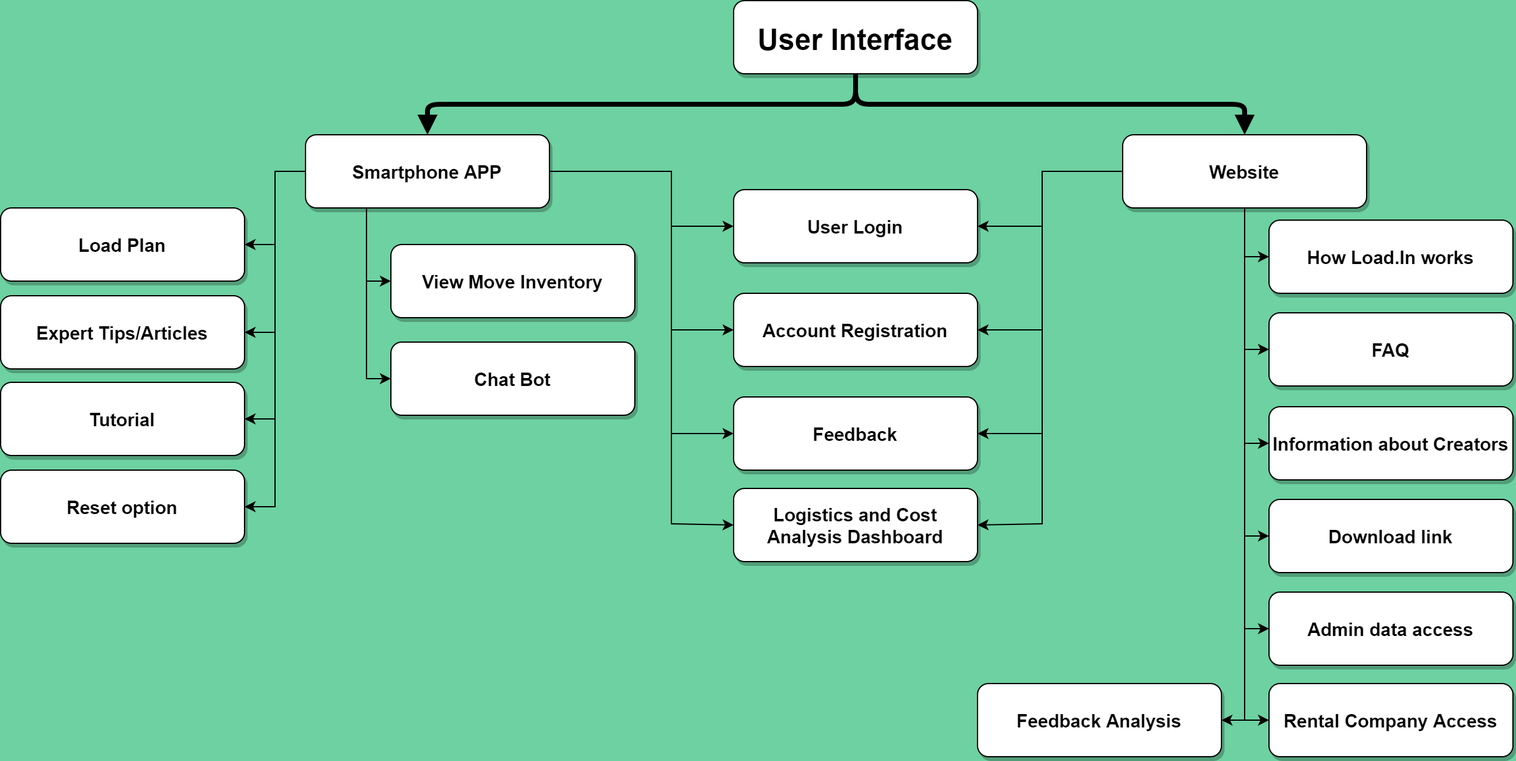
This is website/deliverables/WorkBreakdownStructure_8.0-User_Interface.png from LP-76/load.in, a draw.io export, as it was before one commit. Source tidied: cells renumbered, new cells last; positions are measured from the earlier drawing's top-left corner, leaving out a move shared by most shapes.
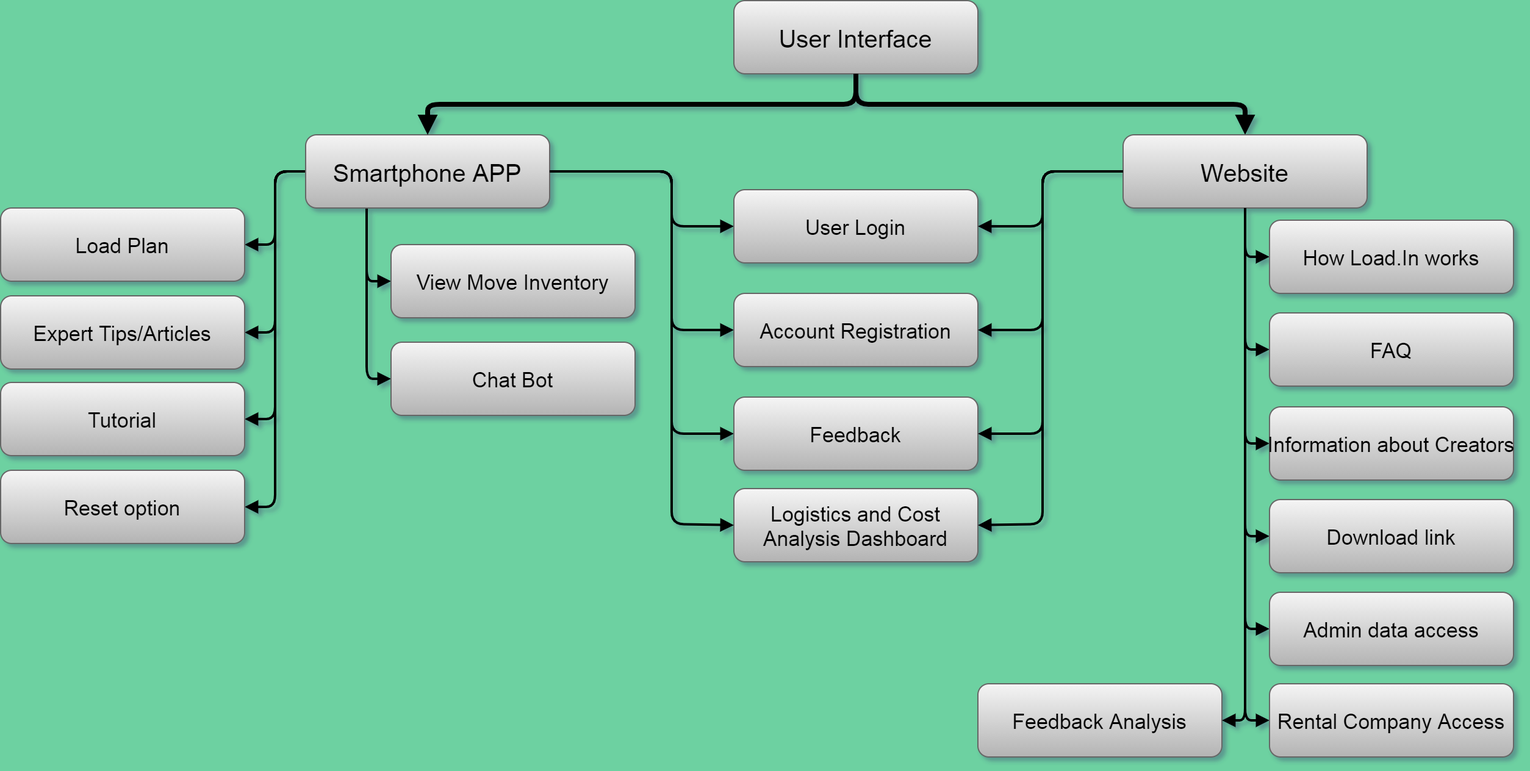
Later version of the same file.

Commit message:
changes to work breakdown structure diagrams

The edit, as a diff of the source:
```diff
@@ -1,11 +1,11 @@
-<mxGraphModel background="#6DD1A1">
+<mxGraphModel background="#6DD1A1" shadow="1">
   <root>
     <mxCell id="0" />
     <mxCell id="1" parent="0" />
-    <mxCell id="2" value="User Interface" style="rounded=1;shadow=1;fontStyle=1;fontSize=24;labelBackgroundColor=none;fillColor=#FFFFFF;" parent="1" vertex="1">
+    <mxCell id="2" value="User Interface" style="fontSize=20;labelBackgroundColor=none;fillColor=#f5f5f5;strokeColor=#666666;gradientColor=#b3b3b3;rounded=1;" parent="1" vertex="1">
       <mxGeometry x="601" width="200" height="60" as="geometry" />
     </mxCell>
-    <mxCell id="3" style="edgeStyle=orthogonalEdgeStyle;rounded=0;jettySize=auto;html=1;entryX=0;entryY=0.5;entryDx=0;entryDy=0;" parent="1" edge="1" source="12" target="26">
+    <mxCell id="3" style="edgeStyle=orthogonalEdgeStyle;jettySize=auto;html=1;entryX=0;entryY=0.5;entryDx=0;entryDy=0;fontStyle=1;strokeWidth=2;endFill=1;endArrow=block;" parent="1" edge="1" source="12" target="26">
       <mxGeometry relative="1" as="geometry">
         <Array as="points">
           <mxPoint x="550" y="140" />
@@ -13,7 +13,7 @@
         </Array>
       </mxGeometry>
     </mxCell>
-    <mxCell id="4" style="edgeStyle=orthogonalEdgeStyle;rounded=0;jettySize=auto;html=1;entryX=0;entryY=0.5;entryDx=0;entryDy=0;" parent="1" edge="1" source="12" target="27">
+    <mxCell id="4" style="edgeStyle=orthogonalEdgeStyle;jettySize=auto;html=1;entryX=0;entryY=0.5;entryDx=0;entryDy=0;fontStyle=1;strokeWidth=2;endFill=1;endArrow=block;" parent="1" edge="1" source="12" target="27">
       <mxGeometry relative="1" as="geometry">
         <Array as="points">
           <mxPoint x="550" y="140" />
@@ -21,7 +21,7 @@
         </Array>
       </mxGeometry>
     </mxCell>
-    <mxCell id="5" style="edgeStyle=orthogonalEdgeStyle;rounded=0;jettySize=auto;html=1;entryX=0;entryY=0.5;entryDx=0;entryDy=0;" parent="1" edge="1" source="12" target="30">
+    <mxCell id="5" style="edgeStyle=orthogonalEdgeStyle;jettySize=auto;html=1;entryX=0;entryY=0.5;entryDx=0;entryDy=0;fontStyle=1;strokeWidth=2;endFill=1;endArrow=block;" parent="1" edge="1" source="12" target="30">
       <mxGeometry relative="1" as="geometry">
         <Array as="points">
           <mxPoint x="550" y="140" />
@@ -29,25 +29,25 @@
         </Array>
       </mxGeometry>
     </mxCell>
-    <mxCell id="6" style="edgeStyle=orthogonalEdgeStyle;rounded=0;jettySize=auto;html=1;entryX=1;entryY=0.5;entryDx=0;entryDy=0;" parent="1" edge="1" source="12" target="22">
+    <mxCell id="6" style="edgeStyle=orthogonalEdgeStyle;jettySize=auto;html=1;entryX=1;entryY=0.5;entryDx=0;entryDy=0;fontStyle=1;strokeWidth=2;endFill=1;endArrow=block;" parent="1" edge="1" source="12" target="22">
       <mxGeometry relative="1" as="geometry" />
     </mxCell>
-    <mxCell id="7" style="edgeStyle=orthogonalEdgeStyle;rounded=0;jettySize=auto;html=1;entryX=1;entryY=0.5;entryDx=0;entryDy=0;" parent="1" edge="1" source="12" target="23">
+    <mxCell id="7" style="edgeStyle=orthogonalEdgeStyle;jettySize=auto;html=1;entryX=1;entryY=0.5;entryDx=0;entryDy=0;fontStyle=1;strokeWidth=2;endFill=1;endArrow=block;" parent="1" edge="1" source="12" target="23">
       <mxGeometry relative="1" as="geometry" />
     </mxCell>
-    <mxCell id="8" style="edgeStyle=orthogonalEdgeStyle;rounded=0;jettySize=auto;html=1;entryX=1;entryY=0.5;entryDx=0;entryDy=0;" parent="1" edge="1" source="12" target="24">
+    <mxCell id="8" style="edgeStyle=orthogonalEdgeStyle;jettySize=auto;html=1;entryX=1;entryY=0.5;entryDx=0;entryDy=0;fontStyle=1;strokeWidth=2;endFill=1;endArrow=block;" parent="1" edge="1" source="12" target="24">
       <mxGeometry relative="1" as="geometry" />
     </mxCell>
-    <mxCell id="9" style="edgeStyle=orthogonalEdgeStyle;rounded=0;jettySize=auto;html=1;entryX=1;entryY=0.5;entryDx=0;entryDy=0;" parent="1" edge="1" source="12" target="25">
+    <mxCell id="9" style="edgeStyle=orthogonalEdgeStyle;jettySize=auto;html=1;entryX=1;entryY=0.5;entryDx=0;entryDy=0;fontStyle=1;strokeWidth=2;endFill=1;endArrow=block;" parent="1" edge="1" source="12" target="25">
       <mxGeometry relative="1" as="geometry" />
     </mxCell>
-    <mxCell id="10" style="edgeStyle=orthogonalEdgeStyle;rounded=0;jettySize=auto;html=1;entryX=0;entryY=0.5;entryDx=0;entryDy=0;exitX=0.25;exitY=1;exitDx=0;exitDy=0;" parent="1" edge="1" source="12" target="29">
+    <mxCell id="10" style="edgeStyle=orthogonalEdgeStyle;jettySize=auto;html=1;entryX=0;entryY=0.5;entryDx=0;entryDy=0;exitX=0.25;exitY=1;exitDx=0;exitDy=0;fontStyle=1;strokeWidth=2;endFill=1;endArrow=block;" parent="1" edge="1" source="12" target="29">
       <mxGeometry relative="1" as="geometry" />
     </mxCell>
-    <mxCell id="11" style="edgeStyle=orthogonalEdgeStyle;rounded=0;jettySize=auto;html=1;entryX=0;entryY=0.5;entryDx=0;entryDy=0;exitX=0.25;exitY=1;exitDx=0;exitDy=0;" parent="1" edge="1" source="12" target="28">
+    <mxCell id="11" style="edgeStyle=orthogonalEdgeStyle;jettySize=auto;html=1;entryX=0;entryY=0.5;entryDx=0;entryDy=0;exitX=0.25;exitY=1;exitDx=0;exitDy=0;fontStyle=1;strokeWidth=2;endFill=1;endArrow=block;" parent="1" edge="1" source="12" target="28">
       <mxGeometry relative="1" as="geometry" />
     </mxCell>
-    <mxCell id="12" value="Smartphone APP" style="rounded=1;shadow=1;fontStyle=1;fontSize=15;fillColor=#FFFFFF;" parent="1" vertex="1">
+    <mxCell id="12" value="Smartphone APP" style="fontSize=20;fillColor=#f5f5f5;strokeColor=#666666;gradientColor=#b3b3b3;rounded=1;" parent="1" vertex="1">
       <mxGeometry x="250" y="110" width="200" height="60" as="geometry" />
     </mxCell>
     <mxCell id="13" style="edgeStyle=elbowEdgeStyle;elbow=vertical;strokeWidth=4;endArrow=block;endFill=1;fontStyle=1;exitX=0.5;exitY=1;exitDx=0;exitDy=0;" parent="1" edge="1" source="2" target="12">
@@ -56,86 +56,86 @@
     <mxCell id="14" style="edgeStyle=elbowEdgeStyle;elbow=vertical;strokeWidth=4;endArrow=block;endFill=1;fontStyle=1;exitX=0.5;exitY=1;exitDx=0;exitDy=0;entryX=0.5;entryY=0;entryDx=0;entryDy=0;" parent="1" edge="1" source="2" target="21">
       <mxGeometry x="-443" y="14" as="geometry" />
     </mxCell>
-    <mxCell id="15" style="edgeStyle=orthogonalEdgeStyle;rounded=0;jettySize=auto;html=1;entryX=0;entryY=0.5;entryDx=0;entryDy=0;" parent="1" edge="1" source="21" target="31">
+    <mxCell id="15" style="edgeStyle=orthogonalEdgeStyle;jettySize=auto;html=1;entryX=0;entryY=0.5;entryDx=0;entryDy=0;fontStyle=1;strokeWidth=2;endFill=1;endArrow=block;" parent="1" edge="1" source="21" target="31">
       <mxGeometry relative="1" as="geometry" />
     </mxCell>
-    <mxCell id="16" style="edgeStyle=orthogonalEdgeStyle;rounded=0;jettySize=auto;html=1;entryX=0;entryY=0.5;entryDx=0;entryDy=0;" parent="1" edge="1" source="21" target="32">
+    <mxCell id="16" style="edgeStyle=orthogonalEdgeStyle;jettySize=auto;html=1;entryX=0;entryY=0.5;entryDx=0;entryDy=0;fontStyle=1;strokeWidth=2;endFill=1;endArrow=block;" parent="1" edge="1" source="21" target="32">
       <mxGeometry relative="1" as="geometry" />
     </mxCell>
-    <mxCell id="17" style="edgeStyle=orthogonalEdgeStyle;rounded=0;jettySize=auto;html=1;entryX=0;entryY=0.5;entryDx=0;entryDy=0;" parent="1" edge="1" source="21" target="33">
+    <mxCell id="17" style="edgeStyle=orthogonalEdgeStyle;jettySize=auto;html=1;entryX=0;entryY=0.5;entryDx=0;entryDy=0;fontStyle=1;strokeWidth=2;endFill=1;endArrow=block;" parent="1" edge="1" source="21" target="33">
       <mxGeometry relative="1" as="geometry" />
     </mxCell>
-    <mxCell id="18" style="edgeStyle=orthogonalEdgeStyle;rounded=0;jettySize=auto;html=1;entryX=0;entryY=0.5;entryDx=0;entryDy=0;" parent="1" edge="1" source="21" target="34">
+    <mxCell id="18" style="edgeStyle=orthogonalEdgeStyle;jettySize=auto;html=1;entryX=0;entryY=0.5;entryDx=0;entryDy=0;fontStyle=1;strokeWidth=2;endFill=1;endArrow=block;" parent="1" edge="1" source="21" target="34">
       <mxGeometry relative="1" as="geometry" />
     </mxCell>
-    <mxCell id="19" style="edgeStyle=orthogonalEdgeStyle;rounded=0;jettySize=auto;html=1;entryX=0;entryY=0.5;entryDx=0;entryDy=0;" parent="1" edge="1" source="21" target="35">
+    <mxCell id="19" style="edgeStyle=orthogonalEdgeStyle;jettySize=auto;html=1;entryX=0;entryY=0.5;entryDx=0;entryDy=0;fontStyle=1;strokeWidth=2;endFill=1;endArrow=block;" parent="1" edge="1" source="21" target="35">
       <mxGeometry relative="1" as="geometry" />
     </mxCell>
-    <mxCell id="20" style="edgeStyle=orthogonalEdgeStyle;rounded=0;jettySize=auto;html=1;entryX=0;entryY=0.5;entryDx=0;entryDy=0;" parent="1" edge="1" source="21" target="36">
+    <mxCell id="20" style="edgeStyle=orthogonalEdgeStyle;jettySize=auto;html=1;entryX=0;entryY=0.5;entryDx=0;entryDy=0;fontStyle=1;strokeWidth=2;endFill=1;endArrow=block;" parent="1" edge="1" source="21" target="36">
       <mxGeometry relative="1" as="geometry" />
     </mxCell>
-    <mxCell id="21" value="Website" style="rounded=1;shadow=1;fontStyle=1;fontSize=15;fillColor=#FFFFFF;" parent="1" vertex="1">
+    <mxCell id="21" value="Website" style="fontSize=20;fillColor=#f5f5f5;strokeColor=#666666;gradientColor=#b3b3b3;rounded=1;" parent="1" vertex="1">
       <mxGeometry x="920" y="110" width="200" height="60" as="geometry" />
     </mxCell>
-    <mxCell id="22" value="Load Plan" style="rounded=1;shadow=1;fontStyle=1;fontSize=15;fillColor=#FFFFFF;" parent="1" vertex="1">
+    <mxCell id="22" value="Load Plan" style="fontSize=17;fillColor=#f5f5f5;strokeColor=#666666;gradientColor=#b3b3b3;rounded=1;" parent="1" vertex="1">
       <mxGeometry y="170" width="200" height="60" as="geometry" />
     </mxCell>
-    <mxCell id="23" value="Expert Tips/Articles" style="rounded=1;shadow=1;fontStyle=1;fontSize=15;fillColor=#FFFFFF;" parent="1" vertex="1">
+    <mxCell id="23" value="Expert Tips/Articles" style="fontSize=17;fillColor=#f5f5f5;strokeColor=#666666;gradientColor=#b3b3b3;rounded=1;" parent="1" vertex="1">
       <mxGeometry y="242" width="200" height="60" as="geometry" />
     </mxCell>
-    <mxCell id="24" value="Tutorial" style="rounded=1;shadow=1;fontStyle=1;fontSize=15;fillColor=#FFFFFF;" parent="1" vertex="1">
+    <mxCell id="24" value="Tutorial" style="fontSize=17;fillColor=#f5f5f5;strokeColor=#666666;gradientColor=#b3b3b3;rounded=1;" parent="1" vertex="1">
       <mxGeometry y="313" width="200" height="60" as="geometry" />
     </mxCell>
-    <mxCell id="25" value="Reset option" style="rounded=1;shadow=1;fontStyle=1;fontSize=15;fillColor=#FFFFFF;" parent="1" vertex="1">
+    <mxCell id="25" value="Reset option" style="fontSize=17;fillColor=#f5f5f5;strokeColor=#666666;gradientColor=#b3b3b3;rounded=1;" parent="1" vertex="1">
       <mxGeometry y="385" width="200" height="60" as="geometry" />
     </mxCell>
-    <mxCell id="26" value="User Login" style="rounded=1;shadow=1;fontStyle=1;fontSize=15;fillColor=#FFFFFF;" parent="1" vertex="1">
+    <mxCell id="26" value="User Login" style="fontSize=17;fillColor=#f5f5f5;strokeColor=#666666;gradientColor=#b3b3b3;rounded=1;" parent="1" vertex="1">
       <mxGeometry x="601" y="155" width="200" height="60" as="geometry" />
     </mxCell>
-    <mxCell id="27" value="Account Registration" style="rounded=1;shadow=1;fontStyle=1;fontSize=15;fillColor=#FFFFFF;" parent="1" vertex="1">
+    <mxCell id="27" value="Account Registration" style="fontSize=17;fillColor=#f5f5f5;strokeColor=#666666;gradientColor=#b3b3b3;rounded=1;" parent="1" vertex="1">
       <mxGeometry x="601" y="240" width="200" height="60" as="geometry" />
     </mxCell>
-    <mxCell id="28" value="Chat Bot" style="rounded=1;shadow=1;fontStyle=1;fontSize=15;fillColor=#FFFFFF;" parent="1" vertex="1">
+    <mxCell id="28" value="Chat Bot" style="fontSize=17;fillColor=#f5f5f5;strokeColor=#666666;gradientColor=#b3b3b3;rounded=1;" parent="1" vertex="1">
       <mxGeometry x="320" y="280" width="200" height="60" as="geometry" />
     </mxCell>
-    <mxCell id="29" value="View Move Inventory" style="rounded=1;shadow=1;fontStyle=1;fontSize=15;fillColor=#FFFFFF;" parent="1" vertex="1">
+    <mxCell id="29" value="View Move Inventory" style="fontSize=17;fillColor=#f5f5f5;strokeColor=#666666;gradientColor=#b3b3b3;rounded=1;" parent="1" vertex="1">
       <mxGeometry x="320" y="200" width="200" height="60" as="geometry" />
     </mxCell>
-    <mxCell id="30" value="Feedback" style="rounded=1;shadow=1;fontStyle=1;fontSize=15;fillColor=#FFFFFF;" parent="1" vertex="1">
+    <mxCell id="30" value="Feedback" style="fontSize=17;fillColor=#f5f5f5;strokeColor=#666666;gradientColor=#b3b3b3;rounded=1;" parent="1" vertex="1">
       <mxGeometry x="601" y="325" width="200" height="60" as="geometry" />
     </mxCell>
-    <mxCell id="31" value="How Load.In works" style="rounded=1;shadow=1;fontStyle=1;fontSize=15;fillColor=#FFFFFF;" parent="1" vertex="1">
+    <mxCell id="31" value="How Load.In works" style="fontSize=17;fillColor=#f5f5f5;strokeColor=#666666;gradientColor=#b3b3b3;rounded=1;" parent="1" vertex="1">
       <mxGeometry x="1040" y="180" width="200" height="60" as="geometry" />
     </mxCell>
-    <mxCell id="32" value="FAQ" style="rounded=1;shadow=1;fontStyle=1;fontSize=15;fillColor=#FFFFFF;" parent="1" vertex="1">
+    <mxCell id="32" value="FAQ" style="fontSize=17;fillColor=#f5f5f5;strokeColor=#666666;gradientColor=#b3b3b3;rounded=1;" parent="1" vertex="1">
       <mxGeometry x="1040" y="256" width="200" height="60" as="geometry" />
     </mxCell>
-    <mxCell id="33" value="Information about Creators" style="rounded=1;shadow=1;fontStyle=1;fontSize=15;fillColor=#FFFFFF;" parent="1" vertex="1">
+    <mxCell id="33" value="Information about Creators" style="fontSize=17;fillColor=#f5f5f5;strokeColor=#666666;gradientColor=#b3b3b3;rounded=1;" parent="1" vertex="1">
       <mxGeometry x="1040" y="333" width="200" height="60" as="geometry" />
     </mxCell>
-    <mxCell id="34" value="Download link" style="rounded=1;shadow=1;fontStyle=1;fontSize=15;fillColor=#FFFFFF;" parent="1" vertex="1">
+    <mxCell id="34" value="Download link" style="fontSize=17;fillColor=#f5f5f5;strokeColor=#666666;gradientColor=#b3b3b3;rounded=1;" parent="1" vertex="1">
       <mxGeometry x="1040" y="409" width="200" height="60" as="geometry" />
     </mxCell>
-    <mxCell id="35" value="Admin data access" style="rounded=1;shadow=1;fontStyle=1;fontSize=15;fillColor=#FFFFFF;" parent="1" vertex="1">
+    <mxCell id="35" value="Admin data access" style="fontSize=17;fillColor=#f5f5f5;strokeColor=#666666;gradientColor=#b3b3b3;rounded=1;" parent="1" vertex="1">
       <mxGeometry x="1040" y="485" width="200" height="60" as="geometry" />
     </mxCell>
-    <mxCell id="36" value="Rental Company Access" style="rounded=1;shadow=1;fontStyle=1;fontSize=15;fillColor=#FFFFFF;" parent="1" vertex="1">
+    <mxCell id="36" value="Rental Company Access" style="fontSize=17;fillColor=#f5f5f5;strokeColor=#666666;gradientColor=#b3b3b3;rounded=1;" parent="1" vertex="1">
       <mxGeometry x="1040" y="560" width="200" height="60" as="geometry" />
     </mxCell>
-    <mxCell id="37" value="Feedback Analysis" style="rounded=1;shadow=1;fontStyle=1;fontSize=15;fillColor=#FFFFFF;" parent="1" vertex="1">
+    <mxCell id="37" value="Feedback Analysis" style="fontSize=17;fillColor=#f5f5f5;strokeColor=#666666;gradientColor=#b3b3b3;rounded=1;" parent="1" vertex="1">
       <mxGeometry x="801" y="560" width="200" height="60" as="geometry" />
     </mxCell>
-    <mxCell id="38" value="Logistics and Cost &#10;Analysis Dashboard" style="rounded=1;shadow=1;fontStyle=1;fontSize=15;fillColor=#FFFFFF;" parent="1" vertex="1">
+    <mxCell id="38" value="Logistics and Cost &#10;Analysis Dashboard" style="fontSize=17;fillColor=#f5f5f5;strokeColor=#666666;gradientColor=#b3b3b3;rounded=1;" parent="1" vertex="1">
       <mxGeometry x="601" y="400" width="200" height="60" as="geometry" />
     </mxCell>
-    <mxCell id="39" style="edgeStyle=orthogonalEdgeStyle;rounded=0;jettySize=auto;html=1;entryX=1;entryY=0.5;entryDx=0;entryDy=0;exitX=0.5;exitY=1;exitDx=0;exitDy=0;" parent="1" edge="1" source="21" target="37">
+    <mxCell id="39" style="edgeStyle=orthogonalEdgeStyle;jettySize=auto;html=1;entryX=1;entryY=0.5;entryDx=0;entryDy=0;exitX=0.5;exitY=1;exitDx=0;exitDy=0;fontStyle=1;strokeWidth=2;endFill=1;endArrow=block;" parent="1" edge="1" source="21" target="37">
       <mxGeometry relative="1" as="geometry">
         <Array as="points">
           <mxPoint x="1020" y="590" />
         </Array>
       </mxGeometry>
     </mxCell>
-    <mxCell id="40" style="edgeStyle=orthogonalEdgeStyle;rounded=0;jettySize=auto;html=1;entryX=0;entryY=0.5;entryDx=0;entryDy=0;exitX=1;exitY=0.5;exitDx=0;exitDy=0;" parent="1" edge="1" source="12" target="38">
+    <mxCell id="40" style="edgeStyle=orthogonalEdgeStyle;jettySize=auto;html=1;entryX=0;entryY=0.5;entryDx=0;entryDy=0;exitX=1;exitY=0.5;exitDx=0;exitDy=0;fontStyle=1;strokeWidth=2;endFill=1;endArrow=block;" parent="1" edge="1" source="12" target="38">
       <mxGeometry relative="1" as="geometry">
         <Array as="points">
           <mxPoint x="550" y="140" />
@@ -143,7 +143,7 @@
         </Array>
       </mxGeometry>
     </mxCell>
-    <mxCell id="41" style="edgeStyle=orthogonalEdgeStyle;rounded=0;jettySize=auto;html=1;entryX=1;entryY=0.5;entryDx=0;entryDy=0;exitX=0;exitY=0.5;exitDx=0;exitDy=0;" parent="1" edge="1" source="21" target="38">
+    <mxCell id="41" style="edgeStyle=orthogonalEdgeStyle;jettySize=auto;html=1;entryX=1;entryY=0.5;entryDx=0;entryDy=0;exitX=0;exitY=0.5;exitDx=0;exitDy=0;fontStyle=1;strokeWidth=2;endFill=1;endArrow=block;" parent="1" edge="1" source="21" target="38">
       <mxGeometry relative="1" as="geometry">
         <Array as="points">
           <mxPoint x="854" y="140" />
@@ -151,7 +151,7 @@
         </Array>
       </mxGeometry>
     </mxCell>
-    <mxCell id="42" style="edgeStyle=orthogonalEdgeStyle;rounded=0;jettySize=auto;html=1;entryX=1;entryY=0.5;entryDx=0;entryDy=0;exitX=0;exitY=0.5;exitDx=0;exitDy=0;" parent="1" edge="1" source="21" target="30">
+    <mxCell id="42" style="edgeStyle=orthogonalEdgeStyle;jettySize=auto;html=1;entryX=1;entryY=0.5;entryDx=0;entryDy=0;exitX=0;exitY=0.5;exitDx=0;exitDy=0;fontStyle=1;strokeWidth=2;endFill=1;endArrow=block;" parent="1" edge="1" source="21" target="30">
       <mxGeometry relative="1" as="geometry">
         <Array as="points">
           <mxPoint x="854" y="140" />
@@ -159,7 +159,7 @@
         </Array>
       </mxGeometry>
     </mxCell>
-    <mxCell id="43" style="edgeStyle=orthogonalEdgeStyle;rounded=0;jettySize=auto;html=1;entryX=1;entryY=0.5;entryDx=0;entryDy=0;exitX=0;exitY=0.5;exitDx=0;exitDy=0;" parent="1" edge="1" source="21" target="27">
+    <mxCell id="43" style="edgeStyle=orthogonalEdgeStyle;jettySize=auto;html=1;entryX=1;entryY=0.5;entryDx=0;entryDy=0;exitX=0;exitY=0.5;exitDx=0;exitDy=0;fontStyle=1;strokeWidth=2;endFill=1;endArrow=block;" parent="1" edge="1" source="21" target="27">
       <mxGeometry relative="1" as="geometry">
         <Array as="points">
           <mxPoint x="854" y="140" />
@@ -167,7 +167,7 @@
         </Array>
       </mxGeometry>
     </mxCell>
-    <mxCell id="44" style="edgeStyle=orthogonalEdgeStyle;rounded=0;jettySize=auto;html=1;entryX=1;entryY=0.5;entryDx=0;entryDy=0;exitX=0;exitY=0.5;exitDx=0;exitDy=0;" parent="1" edge="1" source="21" target="26">
+    <mxCell id="44" style="edgeStyle=orthogonalEdgeStyle;jettySize=auto;html=1;entryX=1;entryY=0.5;entryDx=0;entryDy=0;exitX=0;exitY=0.5;exitDx=0;exitDy=0;fontStyle=1;strokeWidth=2;endFill=1;endArrow=block;" parent="1" edge="1" source="21" target="26">
       <mxGeometry relative="1" as="geometry">
         <Array as="points">
           <mxPoint x="854" y="140" />
```
